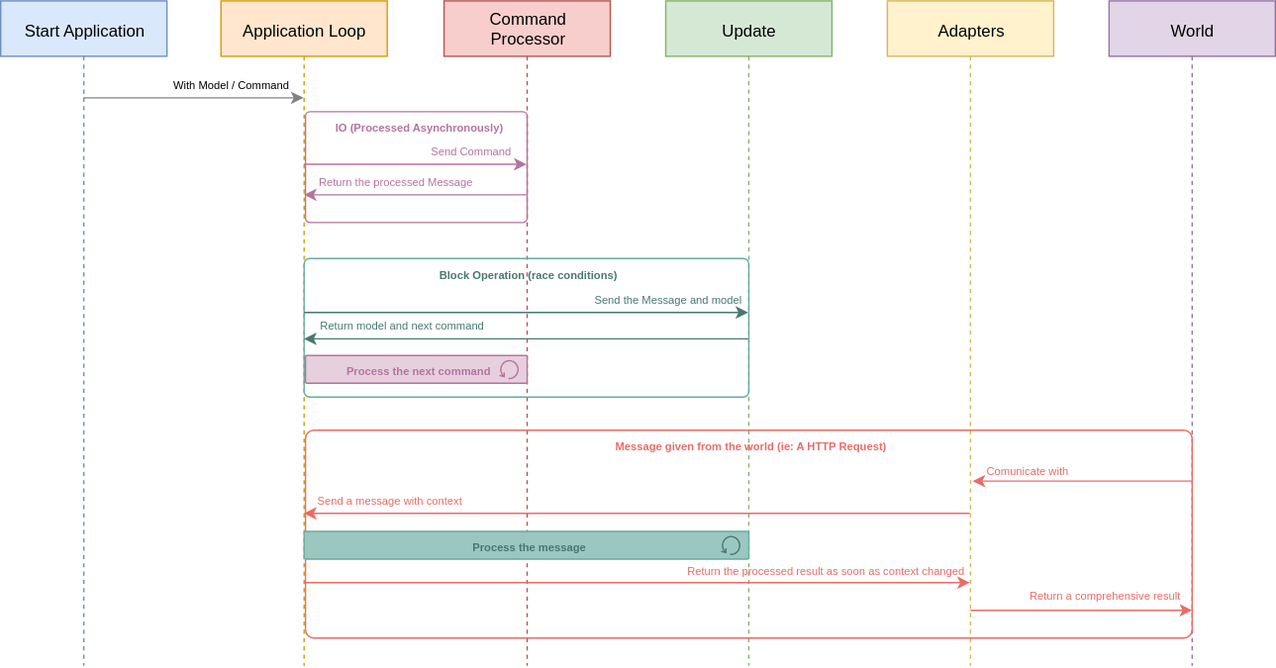
Above: docs/architeture.svg in carlosmaniero/Hue (draw.io), before the change. Source tidied: cells renumbered, new cells last; positions are measured from the earlier drawing's top-left corner, leaving out a move shared by most shapes. Its diagram source:
```xml
<mxGraphModel>
  <root>
    <mxCell id="0" />
    <mxCell id="1" parent="0" />
    <mxCell id="2" value="Adapters" style="shape=umlLifeline;perimeter=lifelinePerimeter;whiteSpace=wrap;html=1;align=center;fillColor=#fff2cc;strokeColor=#d6b656;" parent="1" vertex="1">
      <mxGeometry x="640" width="120" height="480" as="geometry" />
    </mxCell>
    <mxCell id="3" value="Update" style="shape=umlLifeline;perimeter=lifelinePerimeter;whiteSpace=wrap;html=1;align=center;fillColor=#d5e8d4;strokeColor=#82b366;" parent="1" vertex="1">
      <mxGeometry x="480" width="120" height="480" as="geometry" />
    </mxCell>
    <mxCell id="4" value="Start Application" style="shape=umlLifeline;perimeter=lifelinePerimeter;whiteSpace=wrap;html=1;outlineConnect=0;align=center;fillColor=#dae8fc;strokeColor=#6c8ebf;" parent="1" vertex="1">
      <mxGeometry width="120" height="480" as="geometry" />
    </mxCell>
    <mxCell id="5" value="Application Loop" style="shape=umlLifeline;perimeter=lifelinePerimeter;whiteSpace=wrap;html=1;outlineConnect=0;align=center;fillColor=#ffe6cc;strokeColor=#d79b00;" parent="1" vertex="1">
      <mxGeometry x="159" width="120" height="480" as="geometry" />
    </mxCell>
    <mxCell id="6" value="&lt;div&gt;Command&lt;/div&gt;&lt;div&gt;Processor&lt;/div&gt;" style="shape=umlLifeline;perimeter=lifelinePerimeter;whiteSpace=wrap;html=1;align=center;fillColor=#f8cecc;strokeColor=#b85450;" parent="1" vertex="1">
      <mxGeometry x="320" width="120" height="480" as="geometry" />
    </mxCell>
    <mxCell id="7" value="Block Operation (race conditions)" style="rounded=1;whiteSpace=wrap;html=1;fontSize=8;align=center;fillColor=none;strokeColor=#67AB9F;verticalAlign=top;fontStyle=1;spacingTop=0;spacing=2;spacingLeft=0;fontColor=#48786F;arcSize=4;labelBackgroundColor=none;shadow=0;comic=0;glass=0;" parent="1" vertex="1">
      <mxGeometry x="219" y="186" width="321" height="100" as="geometry" />
    </mxCell>
    <mxCell id="8" value="IO (Processed Asynchronously)" style="rounded=1;whiteSpace=wrap;html=1;fontSize=8;align=center;fillColor=none;strokeColor=#B5739D;verticalAlign=top;fontStyle=1;spacingTop=0;spacing=2;spacingLeft=0;fontColor=#B5739D;arcSize=4;shadow=0;comic=0;glass=0;gradientColor=#ffffff;" parent="1" vertex="1">
      <mxGeometry x="220" y="80" width="160" height="80" as="geometry" />
    </mxCell>
    <mxCell id="9" style="rounded=0;html=1;jettySize=auto;strokeColor=#808285;" parent="1" edge="1" source="4" target="5">
      <mxGeometry relative="1" as="geometry">
        <Array as="points">
          <mxPoint x="130" y="70" />
        </Array>
      </mxGeometry>
    </mxCell>
    <mxCell id="10" value="With Model / Command" style="text;html=1;align=right;verticalAlign=middle;labelBackgroundColor=#ffffff;fontSize=8;" parent="9" vertex="1">
      <mxGeometry x="0.26" y="-24" relative="1" as="geometry">
        <mxPoint x="47" y="-33" as="offset" />
      </mxGeometry>
    </mxCell>
    <mxCell id="11" style="rounded=0;html=1;jettySize=auto;orthogonalLoop=1;strokeColor=#B5739D;fontSize=10;fontColor=#B5739D;" parent="1" edge="1">
      <mxGeometry relative="1" as="geometry">
        <mxPoint x="218.9" y="118" as="sourcePoint" />
        <mxPoint x="379.5" y="118" as="targetPoint" />
      </mxGeometry>
    </mxCell>
    <mxCell id="12" value="Send Command" style="text;html=1;align=center;verticalAlign=middle;labelBackgroundColor=none;fontSize=8;fontColor=#B5739D;" parent="11" vertex="1">
      <mxGeometry x="-0.24" y="-6" relative="1" as="geometry">
        <mxPoint x="58" y="-15" as="offset" />
      </mxGeometry>
    </mxCell>
    <mxCell id="13" style="edgeStyle=none;rounded=0;html=1;jettySize=auto;orthogonalLoop=1;strokeColor=#B5739D;fontSize=10;fontColor=#B5739D;" parent="1" edge="1">
      <mxGeometry relative="1" as="geometry">
        <mxPoint x="379.5" y="140" as="sourcePoint" />
        <mxPoint x="218.9" y="140" as="targetPoint" />
        <Array as="points">
          <mxPoint x="330" y="140" />
        </Array>
      </mxGeometry>
    </mxCell>
    <mxCell id="14" value="Return the processed Message" style="text;html=1;align=center;verticalAlign=middle;labelBackgroundColor=none;fontSize=8;fontColor=#B5739D;" parent="13" vertex="1">
      <mxGeometry x="-0.04" y="2" relative="1" as="geometry">
        <mxPoint x="-21" y="-11" as="offset" />
      </mxGeometry>
    </mxCell>
    <mxCell id="15" style="edgeStyle=none;rounded=0;html=1;jettySize=auto;orthogonalLoop=1;strokeColor=#48786F;fontSize=10;" parent="1" edge="1">
      <mxGeometry relative="1" as="geometry">
        <mxPoint x="218.9" y="225" as="sourcePoint" />
        <mxPoint x="539.5" y="225" as="targetPoint" />
      </mxGeometry>
    </mxCell>
    <mxCell id="16" value="Send the Message and model" style="text;html=1;align=right;verticalAlign=middle;labelBackgroundColor=none;fontSize=8;fontColor=#48786F;" parent="15" vertex="1">
      <mxGeometry x="-0.36" y="1" relative="1" as="geometry">
        <mxPoint x="208" y="-8" as="offset" />
      </mxGeometry>
    </mxCell>
    <mxCell id="17" style="edgeStyle=none;rounded=0;html=1;jettySize=auto;orthogonalLoop=1;strokeColor=#48786F;fontSize=10;" parent="1" edge="1">
      <mxGeometry relative="1" as="geometry">
        <mxPoint x="539.5" y="244" as="sourcePoint" />
        <mxPoint x="218.9" y="244" as="targetPoint" />
      </mxGeometry>
    </mxCell>
    <mxCell id="18" value="Return model and next command" style="text;html=1;align=center;verticalAlign=middle;labelBackgroundColor=none;fontSize=8;fontColor=#48786F;" parent="17" vertex="1">
      <mxGeometry x="0.23" relative="1" as="geometry">
        <mxPoint x="-56" y="-9" as="offset" />
      </mxGeometry>
    </mxCell>
    <mxCell id="19" value="World" style="shape=umlLifeline;perimeter=lifelinePerimeter;whiteSpace=wrap;html=1;align=center;fillColor=#e1d5e7;strokeColor=#9673a6;" parent="1" vertex="1">
      <mxGeometry x="800" width="120" height="480" as="geometry" />
    </mxCell>
    <mxCell id="20" value="Message given from the world (ie: A HTTP Request)" style="rounded=1;whiteSpace=wrap;html=1;fontSize=8;align=center;fillColor=none;strokeColor=#EA6B66;verticalAlign=top;fontStyle=1;spacingTop=0;spacing=2;spacingLeft=0;fontColor=#EA6B66;arcSize=4;labelBackgroundColor=none;shadow=0;comic=0;glass=0;gradientColor=none;" parent="1" vertex="1">
      <mxGeometry x="220" y="310" width="640" height="150" as="geometry" />
    </mxCell>
    <mxCell id="21" style="edgeStyle=none;rounded=0;html=1;jettySize=auto;orthogonalLoop=1;strokeColor=#EA6B66;fontSize=10;entryX=0.515;entryY=0.743;entryPerimeter=0;" parent="1" edge="1">
      <mxGeometry relative="1" as="geometry">
        <mxPoint x="859.5" y="346.7" as="sourcePoint" />
        <mxPoint x="701.6" y="346.7" as="targetPoint" />
      </mxGeometry>
    </mxCell>
    <mxCell id="22" value="Comunicate with" style="text;html=1;align=left;verticalAlign=middle;labelBackgroundColor=none;fontSize=8;fontColor=#EA6B66;" parent="21" vertex="1">
      <mxGeometry x="0.23" relative="1" as="geometry">
        <mxPoint x="-52" y="-7" as="offset" />
      </mxGeometry>
    </mxCell>
    <mxCell id="23" value="Process the next command" style="rounded=1;whiteSpace=wrap;html=1;fontSize=8;align=center;fillColor=#E6D0DE;strokeColor=#B5739D;verticalAlign=top;fontStyle=1;spacingTop=0;spacing=2;spacingLeft=0;fontColor=#B5739D;arcSize=4;shadow=0;comic=0;glass=0;" parent="1" vertex="1">
      <mxGeometry x="220" y="256" width="160" height="20" as="geometry" />
    </mxCell>
    <mxCell id="24" style="shape=mxgraph.bpmn.loop;html=1;rounded=1;labelBackgroundColor=none;strokeColor=#B5739D;fillColor=#F8CECC;fontSize=8;fontColor=#B5739D;align=right;" parent="1" vertex="1">
      <mxGeometry x="360" y="259" width="14" height="14" as="geometry" />
    </mxCell>
    <mxCell id="25" value="Process the message" style="rounded=1;whiteSpace=wrap;html=1;fontSize=8;align=center;fillColor=#9AC7BF;strokeColor=#67AB9F;verticalAlign=top;fontStyle=1;spacingTop=0;spacing=2;spacingLeft=0;fontColor=#48786F;arcSize=4;labelBackgroundColor=none;shadow=0;comic=0;glass=0;" parent="1" vertex="1">
      <mxGeometry x="219" y="383" width="321" height="20" as="geometry" />
    </mxCell>
    <mxCell id="26" style="shape=mxgraph.bpmn.loop;html=1;rounded=1;labelBackgroundColor=none;strokeColor=#48786F;fillColor=#F8CECC;fontSize=8;fontColor=#B5739D;align=right;" parent="1" vertex="1">
      <mxGeometry x="520" y="386" width="14" height="14" as="geometry" />
    </mxCell>
    <mxCell id="27" style="edgeStyle=none;rounded=0;html=1;jettySize=auto;orthogonalLoop=1;strokeColor=#EA6B66;fontSize=8;fontColor=#B5739D;" parent="1" edge="1">
      <mxGeometry relative="1" as="geometry">
        <mxPoint x="218.9" y="420" as="sourcePoint" />
        <mxPoint x="699.5" y="420" as="targetPoint" />
      </mxGeometry>
    </mxCell>
    <mxCell id="28" value="&lt;div&gt;Return the processed result as soon as context changed&lt;br&gt;&lt;/div&gt;" style="text;html=1;align=right;verticalAlign=middle;labelBackgroundColor=none;fontSize=8;fontColor=#EA6B66;labelBorderColor=none;" parent="27" vertex="1">
      <mxGeometry x="0.4" y="-2" relative="1" as="geometry">
        <mxPoint x="130" y="-10" as="offset" />
      </mxGeometry>
    </mxCell>
    <mxCell id="29" style="edgeStyle=none;rounded=0;html=1;jettySize=auto;orthogonalLoop=1;strokeColor=#EA6B66;fontSize=8;fontColor=#EA6B66;" parent="1" edge="1">
      <mxGeometry relative="1" as="geometry">
        <mxPoint x="699.5" y="370" as="sourcePoint" />
        <mxPoint x="218.9" y="370" as="targetPoint" />
      </mxGeometry>
    </mxCell>
    <mxCell id="30" value="Send a message with context" style="text;html=1;align=left;verticalAlign=middle;labelBackgroundColor=none;fontSize=8;fontColor=#EA6B66;" parent="29" vertex="1">
      <mxGeometry x="0.68" relative="1" as="geometry">
        <mxPoint x="-68" y="-9" as="offset" />
      </mxGeometry>
    </mxCell>
    <mxCell id="31" style="edgeStyle=none;rounded=0;html=1;jettySize=auto;orthogonalLoop=1;strokeColor=#EA6B66;fontSize=8;fontColor=#EA6B66;" parent="1" edge="1">
      <mxGeometry relative="1" as="geometry">
        <mxPoint x="699.9" y="440" as="sourcePoint" />
        <mxPoint x="860" y="440" as="targetPoint" />
      </mxGeometry>
    </mxCell>
    <mxCell id="32" value="Return a comprehensive result" style="text;html=1;align=right;verticalAlign=middle;labelBackgroundColor=none;fontSize=8;fontColor=#EA6B66;" parent="31" vertex="1">
      <mxGeometry x="-0.14" relative="1" as="geometry">
        <mxPoint x="80" y="-10" as="offset" />
      </mxGeometry>
    </mxCell>
  </root>
</mxGraphModel>
```
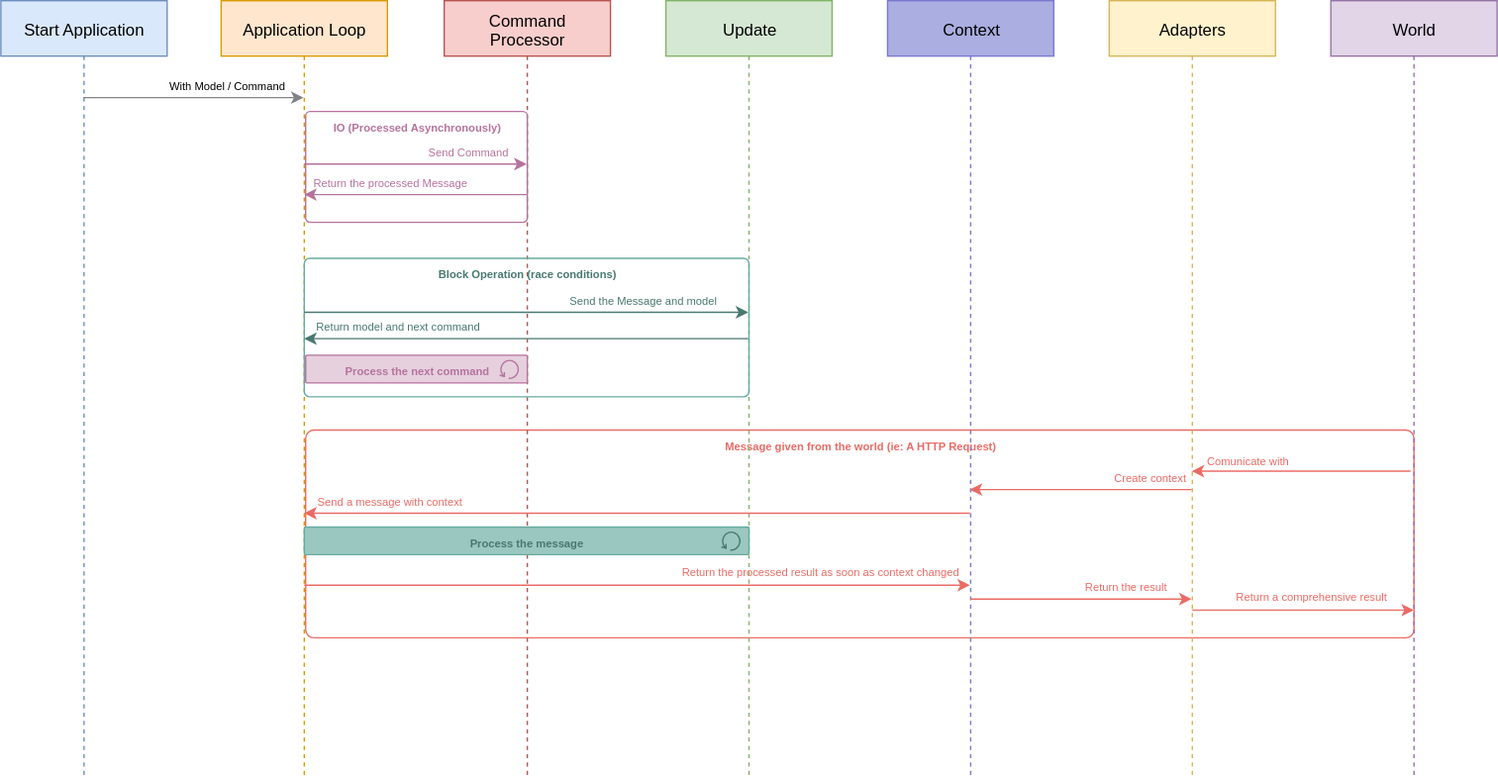
Later version of the same file.

Commit message:
Add some description of the architecture

The edit, as a diff of the source:
```diff
@@ -2,20 +2,23 @@
   <root>
     <mxCell id="0" />
     <mxCell id="1" parent="0" />
+    <mxCell id="20" value="Message given from the world (ie: A HTTP Request)" style="rounded=1;whiteSpace=wrap;html=1;fontSize=8;align=center;fillColor=none;strokeColor=#EA6B66;verticalAlign=top;fontStyle=1;spacingTop=0;spacing=2;spacingLeft=0;fontColor=#EA6B66;arcSize=4;labelBackgroundColor=none;shadow=0;comic=0;glass=0;gradientColor=none;" parent="1" vertex="1">
+      <mxGeometry x="220" y="310" width="800" height="150" as="geometry" />
+    </mxCell>
     <mxCell id="2" value="Adapters" style="shape=umlLifeline;perimeter=lifelinePerimeter;whiteSpace=wrap;html=1;align=center;fillColor=#fff2cc;strokeColor=#d6b656;" parent="1" vertex="1">
-      <mxGeometry x="640" width="120" height="480" as="geometry" />
+      <mxGeometry x="800" width="120" height="560" as="geometry" />
     </mxCell>
     <mxCell id="3" value="Update" style="shape=umlLifeline;perimeter=lifelinePerimeter;whiteSpace=wrap;html=1;align=center;fillColor=#d5e8d4;strokeColor=#82b366;" parent="1" vertex="1">
-      <mxGeometry x="480" width="120" height="480" as="geometry" />
+      <mxGeometry x="480" width="120" height="560" as="geometry" />
     </mxCell>
     <mxCell id="4" value="Start Application" style="shape=umlLifeline;perimeter=lifelinePerimeter;whiteSpace=wrap;html=1;outlineConnect=0;align=center;fillColor=#dae8fc;strokeColor=#6c8ebf;" parent="1" vertex="1">
-      <mxGeometry width="120" height="480" as="geometry" />
+      <mxGeometry width="120" height="560" as="geometry" />
     </mxCell>
     <mxCell id="5" value="Application Loop" style="shape=umlLifeline;perimeter=lifelinePerimeter;whiteSpace=wrap;html=1;outlineConnect=0;align=center;fillColor=#ffe6cc;strokeColor=#d79b00;" parent="1" vertex="1">
-      <mxGeometry x="159" width="120" height="480" as="geometry" />
+      <mxGeometry x="159" width="120" height="560" as="geometry" />
     </mxCell>
     <mxCell id="6" value="&lt;div&gt;Command&lt;/div&gt;&lt;div&gt;Processor&lt;/div&gt;" style="shape=umlLifeline;perimeter=lifelinePerimeter;whiteSpace=wrap;html=1;align=center;fillColor=#f8cecc;strokeColor=#b85450;" parent="1" vertex="1">
-      <mxGeometry x="320" width="120" height="480" as="geometry" />
+      <mxGeometry x="320" width="120" height="560" as="geometry" />
     </mxCell>
     <mxCell id="7" value="Block Operation (race conditions)" style="rounded=1;whiteSpace=wrap;html=1;fontSize=8;align=center;fillColor=none;strokeColor=#67AB9F;verticalAlign=top;fontStyle=1;spacingTop=0;spacing=2;spacingLeft=0;fontColor=#48786F;arcSize=4;labelBackgroundColor=none;shadow=0;comic=0;glass=0;" parent="1" vertex="1">
       <mxGeometry x="219" y="186" width="321" height="100" as="geometry" />
@@ -68,7 +71,7 @@
     </mxCell>
     <mxCell id="16" value="Send the Message and model" style="text;html=1;align=right;verticalAlign=middle;labelBackgroundColor=none;fontSize=8;fontColor=#48786F;" parent="15" vertex="1">
       <mxGeometry x="-0.36" y="1" relative="1" as="geometry">
-        <mxPoint x="208" y="-8" as="offset" />
+        <mxPoint x="197" y="-8" as="offset" />
       </mxGeometry>
     </mxCell>
     <mxCell id="17" style="edgeStyle=none;rounded=0;html=1;jettySize=auto;orthogonalLoop=1;strokeColor=#48786F;fontSize=10;" parent="1" edge="1">
@@ -83,15 +86,12 @@
       </mxGeometry>
     </mxCell>
     <mxCell id="19" value="World" style="shape=umlLifeline;perimeter=lifelinePerimeter;whiteSpace=wrap;html=1;align=center;fillColor=#e1d5e7;strokeColor=#9673a6;" parent="1" vertex="1">
-      <mxGeometry x="800" width="120" height="480" as="geometry" />
+      <mxGeometry x="960" width="120" height="560" as="geometry" />
     </mxCell>
-    <mxCell id="20" value="Message given from the world (ie: A HTTP Request)" style="rounded=1;whiteSpace=wrap;html=1;fontSize=8;align=center;fillColor=none;strokeColor=#EA6B66;verticalAlign=top;fontStyle=1;spacingTop=0;spacing=2;spacingLeft=0;fontColor=#EA6B66;arcSize=4;labelBackgroundColor=none;shadow=0;comic=0;glass=0;gradientColor=none;" parent="1" vertex="1">
-      <mxGeometry x="220" y="310" width="640" height="150" as="geometry" />
-    </mxCell>
     <mxCell id="21" style="edgeStyle=none;rounded=0;html=1;jettySize=auto;orthogonalLoop=1;strokeColor=#EA6B66;fontSize=10;entryX=0.515;entryY=0.743;entryPerimeter=0;" parent="1" edge="1">
       <mxGeometry relative="1" as="geometry">
-        <mxPoint x="859.5" y="346.7" as="sourcePoint" />
-        <mxPoint x="701.6" y="346.7" as="targetPoint" />
+        <mxPoint x="1017.5" y="339.7" as="sourcePoint" />
+        <mxPoint x="859.6" y="339.7" as="targetPoint" />
       </mxGeometry>
     </mxCell>
     <mxCell id="22" value="Comunicate with" style="text;html=1;align=left;verticalAlign=middle;labelBackgroundColor=none;fontSize=8;fontColor=#EA6B66;" parent="21" vertex="1">
@@ -106,20 +106,20 @@
       <mxGeometry x="360" y="259" width="14" height="14" as="geometry" />
     </mxCell>
     <mxCell id="25" value="Process the message" style="rounded=1;whiteSpace=wrap;html=1;fontSize=8;align=center;fillColor=#9AC7BF;strokeColor=#67AB9F;verticalAlign=top;fontStyle=1;spacingTop=0;spacing=2;spacingLeft=0;fontColor=#48786F;arcSize=4;labelBackgroundColor=none;shadow=0;comic=0;glass=0;" parent="1" vertex="1">
-      <mxGeometry x="219" y="383" width="321" height="20" as="geometry" />
+      <mxGeometry x="219" y="380" width="321" height="20" as="geometry" />
     </mxCell>
     <mxCell id="26" style="shape=mxgraph.bpmn.loop;html=1;rounded=1;labelBackgroundColor=none;strokeColor=#48786F;fillColor=#F8CECC;fontSize=8;fontColor=#B5739D;align=right;" parent="1" vertex="1">
-      <mxGeometry x="520" y="386" width="14" height="14" as="geometry" />
+      <mxGeometry x="520" y="383" width="14" height="14" as="geometry" />
     </mxCell>
     <mxCell id="27" style="edgeStyle=none;rounded=0;html=1;jettySize=auto;orthogonalLoop=1;strokeColor=#EA6B66;fontSize=8;fontColor=#B5739D;" parent="1" edge="1">
       <mxGeometry relative="1" as="geometry">
-        <mxPoint x="218.9" y="420" as="sourcePoint" />
-        <mxPoint x="699.5" y="420" as="targetPoint" />
+        <mxPoint x="218.9" y="422" as="sourcePoint" />
+        <mxPoint x="699.5" y="422" as="targetPoint" />
       </mxGeometry>
     </mxCell>
     <mxCell id="28" value="&lt;div&gt;Return the processed result as soon as context changed&lt;br&gt;&lt;/div&gt;" style="text;html=1;align=right;verticalAlign=middle;labelBackgroundColor=none;fontSize=8;fontColor=#EA6B66;labelBorderColor=none;" parent="27" vertex="1">
       <mxGeometry x="0.4" y="-2" relative="1" as="geometry">
-        <mxPoint x="130" y="-10" as="offset" />
+        <mxPoint x="139" y="-12" as="offset" />
       </mxGeometry>
     </mxCell>
     <mxCell id="29" style="edgeStyle=none;rounded=0;html=1;jettySize=auto;orthogonalLoop=1;strokeColor=#EA6B66;fontSize=8;fontColor=#EA6B66;" parent="1" edge="1">
@@ -135,14 +135,39 @@
     </mxCell>
     <mxCell id="31" style="edgeStyle=none;rounded=0;html=1;jettySize=auto;orthogonalLoop=1;strokeColor=#EA6B66;fontSize=8;fontColor=#EA6B66;" parent="1" edge="1">
       <mxGeometry relative="1" as="geometry">
-        <mxPoint x="699.9" y="440" as="sourcePoint" />
-        <mxPoint x="860" y="440" as="targetPoint" />
+        <mxPoint x="859.9" y="440" as="sourcePoint" />
+        <mxPoint x="1020" y="440" as="targetPoint" />
       </mxGeometry>
     </mxCell>
     <mxCell id="32" value="Return a comprehensive result" style="text;html=1;align=right;verticalAlign=middle;labelBackgroundColor=none;fontSize=8;fontColor=#EA6B66;" parent="31" vertex="1">
       <mxGeometry x="-0.14" relative="1" as="geometry">
-        <mxPoint x="80" y="-10" as="offset" />
+        <mxPoint x="74" y="-10" as="offset" />
       </mxGeometry>
     </mxCell>
+    <mxCell id="33" value="Context" style="shape=umlLifeline;perimeter=lifelinePerimeter;whiteSpace=wrap;html=1;align=center;fillColor=#AAAEE0;strokeColor=#7A77D0;" parent="1" vertex="1">
+      <mxGeometry x="640" width="120" height="560" as="geometry" />
+    </mxCell>
+    <mxCell id="34" style="edgeStyle=none;rounded=0;html=1;jettySize=auto;orthogonalLoop=1;strokeColor=#EA6B66;fontSize=8;fontColor=#EA6B66;" parent="1" edge="1">
+      <mxGeometry relative="1" as="geometry">
+        <mxPoint x="859.5" y="353" as="sourcePoint" />
+        <mxPoint x="699.3" y="353" as="targetPoint" />
+      </mxGeometry>
+    </mxCell>
+    <mxCell id="35" value="Create context" style="text;html=1;align=center;verticalAlign=middle;labelBackgroundColor=#ffffff;fontSize=8;fontColor=#EA6B66;" parent="34" vertex="1">
+      <mxGeometry x="-0.43" y="4" relative="1" as="geometry">
+        <mxPoint x="15" y="-13" as="offset" />
+      </mxGeometry>
+    </mxCell>
+    <mxCell id="36" style="edgeStyle=none;rounded=0;html=1;jettySize=auto;orthogonalLoop=1;strokeColor=#EA6B66;fontSize=8;fontColor=#EA6B66;" parent="1" edge="1">
+      <mxGeometry relative="1" as="geometry">
+        <mxPoint x="699.8" y="432" as="sourcePoint" />
+        <mxPoint x="859.5" y="432" as="targetPoint" />
+      </mxGeometry>
+    </mxCell>
+    <mxCell id="37" value="Return the result" style="text;html=1;align=center;verticalAlign=middle;labelBackgroundColor=#ffffff;fontSize=8;fontColor=#EA6B66;" parent="36" vertex="1">
+      <mxGeometry x="0.29" y="-1" relative="1" as="geometry">
+        <mxPoint x="10" y="-10" as="offset" />
+      </mxGeometry>
+    </mxCell>
   </root>
 </mxGraphModel>
```
